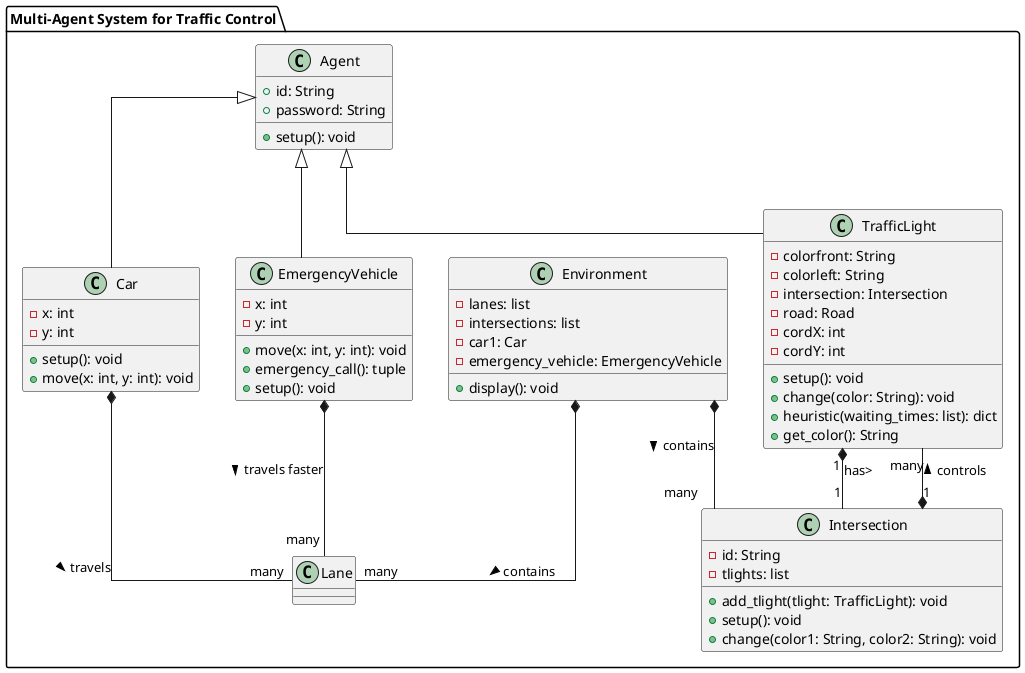
Before: superheroes/superhero-02-01/core/media/plantuml_images/43_diagram.png, a diagram exported from PlantUML (FEUP-MEIC-DS-2024-25/ai4sd). Source of this version:
```plantuml
@startuml
skinparam linetype ortho

package "Multi-Agent System for Traffic Control" {
    class Agent {
        +id: String
        +password: String
        +setup(): void
    }
    class TrafficLight {
        -colorfront: String
        -colorleft: String
        -intersection: Intersection
        -road: Road
        -cordX: int
        -cordY: int
        +setup(): void
        +change(color: String): void
        +heuristic(waiting_times: list): dict
        +get_color(): String
    }
    class Car {
        -x: int
        -y: int
        +setup(): void
        +move(x: int, y: int): void
    }
    class EmergencyVehicle {
        -x: int
        -y: int
        +move(x: int, y: int): void
        +emergency_call(): tuple
        +setup(): void
    }
    class Intersection {
        -id: String
        -tlights: list
        +add_tlight(tlight: TrafficLight): void
        +setup(): void
        +change(color1: String, color2: String): void
    }
    class Environment {
        -lanes: list
        -intersections: list
        -car1: Car
        -emergency_vehicle: EmergencyVehicle
        +display(): void
    }

    Agent <|-- TrafficLight
    Agent <|-- Car
    Agent <|-- EmergencyVehicle
    TrafficLight "1" *-- "1" Intersection : has>
    Car *-- "many" Lane : travels >
    EmergencyVehicle *-- "many" Lane : travels faster >
    Intersection "1" *-- "many" TrafficLight : controls >
    Environment *-- "many" Intersection : contains >
    Environment *-- "many" Lane : contains >
}
@enduml
```
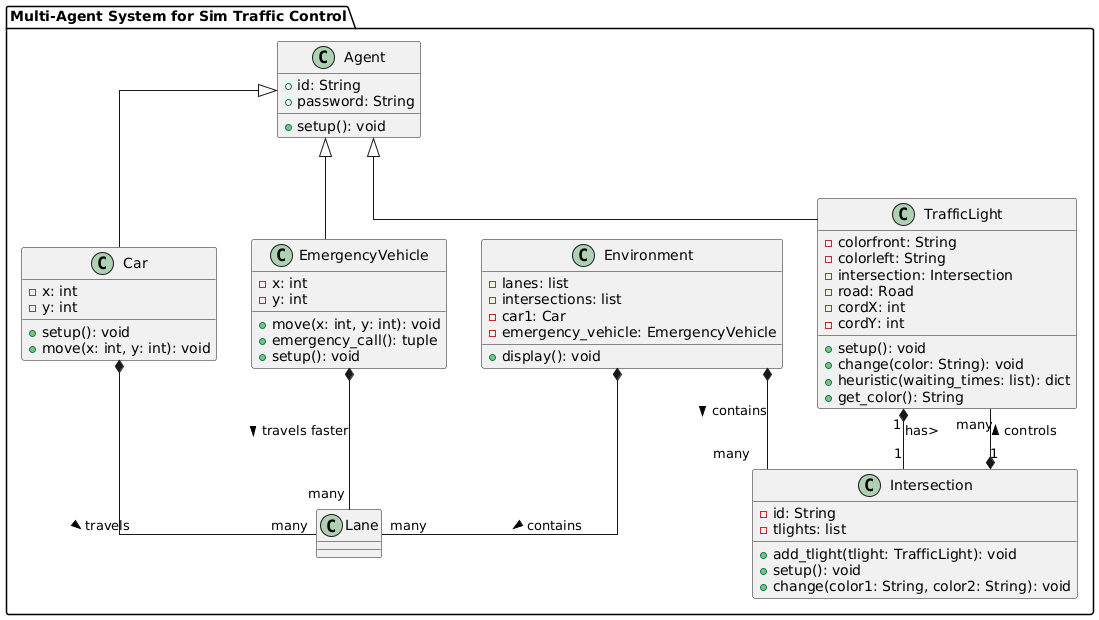
After the commit.

Change to the diagram source:
```diff
@@ -1,7 +1,7 @@
 @startuml
 skinparam linetype ortho
 
-package "Multi-Agent System for Traffic Control" {
+package "Multi-Agent System for Sim Traffic Control" {
     class Agent {
         +id: String
         +password: String
```
